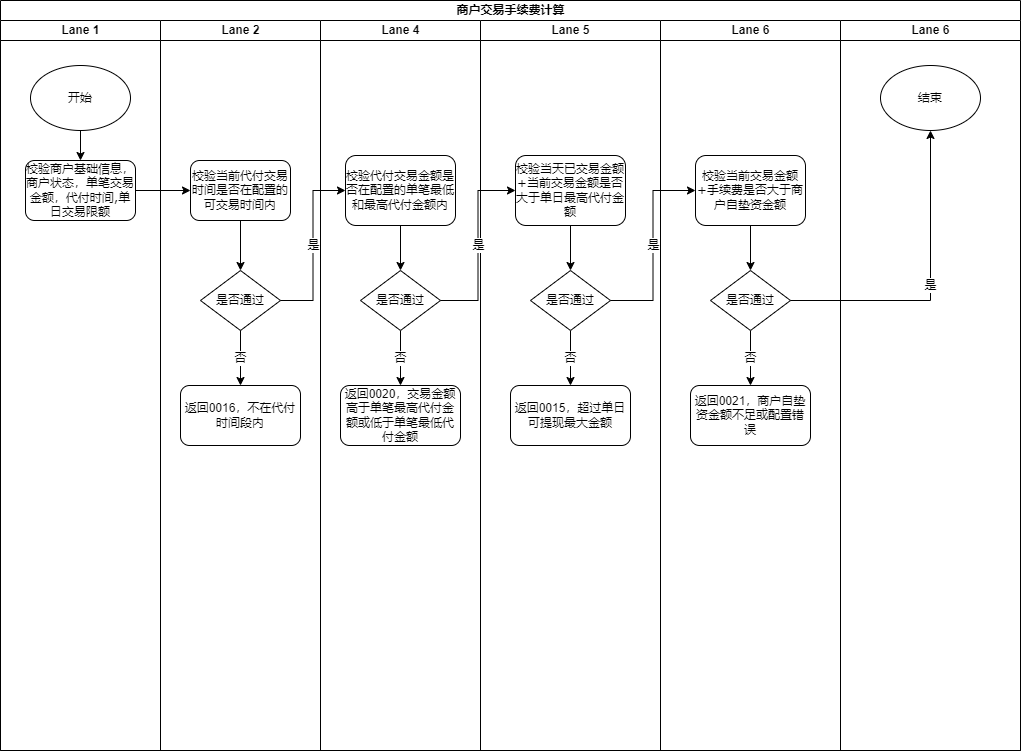
songyibo2019/mydiagrams keeps this draw.io diagram as 商户交易手续费计算.png. Above is the earlier version. Source tidied: cells renumbered, new cells last; positions are measured from the earlier drawing's top-left corner, leaving out a move shared by most shapes.
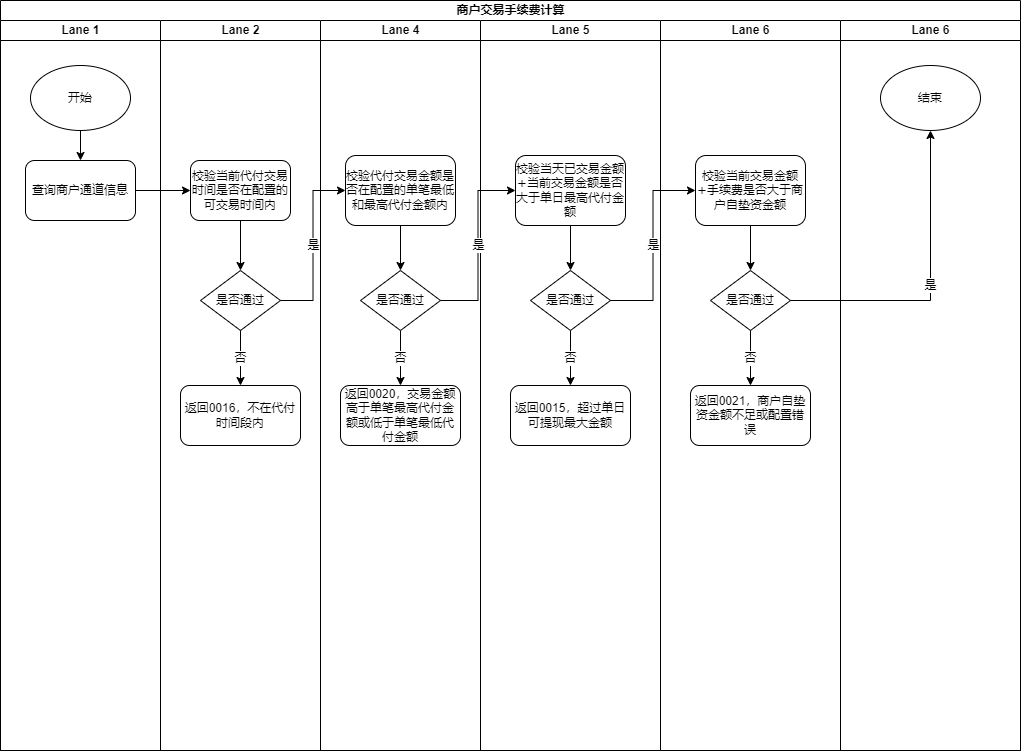
After the change.

Commit message:
Update 商户交易手续费计算.png

The edit, as a diff of the source:
```diff
@@ -8,7 +8,7 @@
     <mxCell id="3" value="Lane 1" style="swimlane;html=1;startSize=20;" parent="2" vertex="1">
       <mxGeometry y="20" width="160" height="730" as="geometry" />
     </mxCell>
-    <mxCell id="4" value="&lt;span style=&quot;font-size: 8px&quot;&gt;校验商户基础信息，商户状态，单笔交易金额，代付时间,单日交易限额&lt;/span&gt;" style="rounded=1;whiteSpace=wrap;html=1;shadow=0;labelBackgroundColor=none;strokeWidth=1;fontFamily=Verdana;fontSize=8;align=center;" parent="3" vertex="1">
+    <mxCell id="4" value="查询商户通道信息" style="rounded=1;whiteSpace=wrap;html=1;shadow=0;labelBackgroundColor=none;strokeWidth=1;fontFamily=Verdana;fontSize=8;align=center;" parent="3" vertex="1">
       <mxGeometry x="25" y="140" width="110" height="60" as="geometry" />
     </mxCell>
     <mxCell id="5" style="edgeStyle=orthogonalEdgeStyle;rounded=0;jettySize=auto;html=1;exitX=0.5;exitY=1;exitDx=0;exitDy=0;" parent="3" edge="1" source="6" target="4">
```
